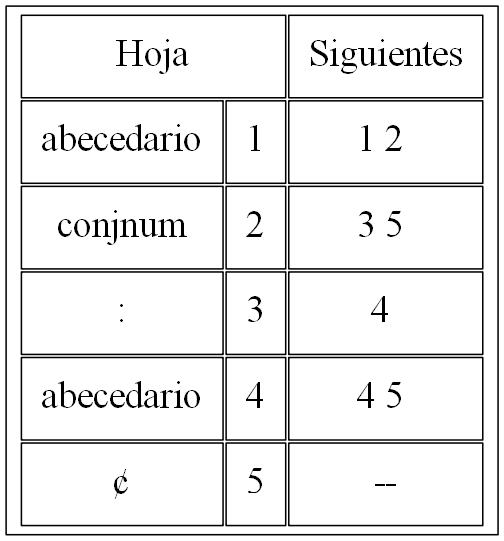
Earlier version of the Graphviz export sig_Expresion2.png (montherbasir/Practica1_OLC1). Its source is kept beside it as sig_Expresion2.dot.
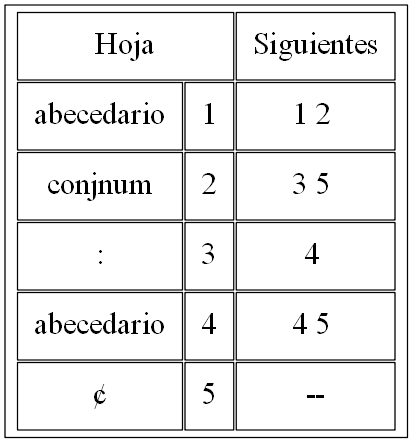
After the commit.

Change to the diagram source:
```diff
@@ -2,7 +2,7 @@
 splines="line";
 rankdir = TB;
 node [shape=plain, height=0.5, width=1.5, fontsize=25];
-graph[dpi=110];
+graph[dpi=90];
 
 N [label=<
 <table border="0" cellborder="1" cellpadding="12">
```
